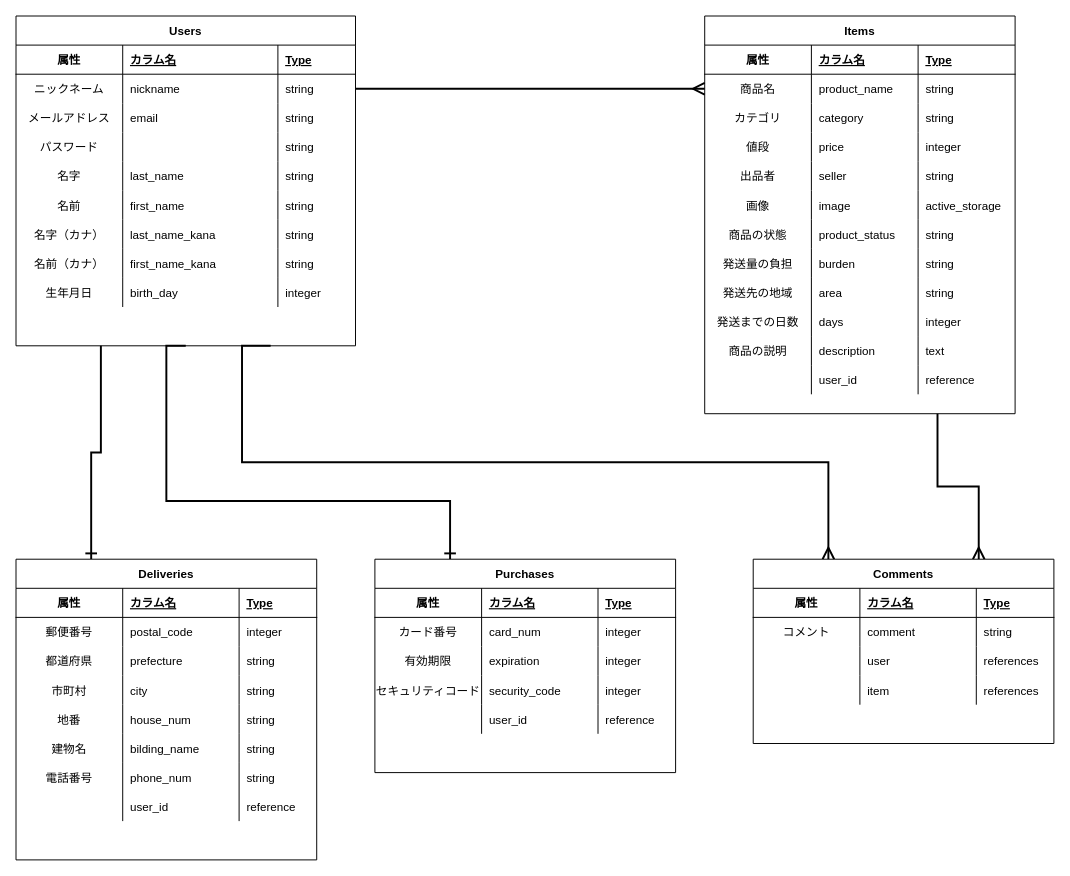
arata-t/furima-33347 keeps this draw.io diagram as furima.dio. Above is the earlier version. Source tidied: cells renumbered, new cells numbered last; positions are measured from the earlier drawing's top-left corner, leaving out a move shared by most shapes. Both pictures are drawn from the tidied source at 97%, with x=0, y=0 at pixel (16, 16).
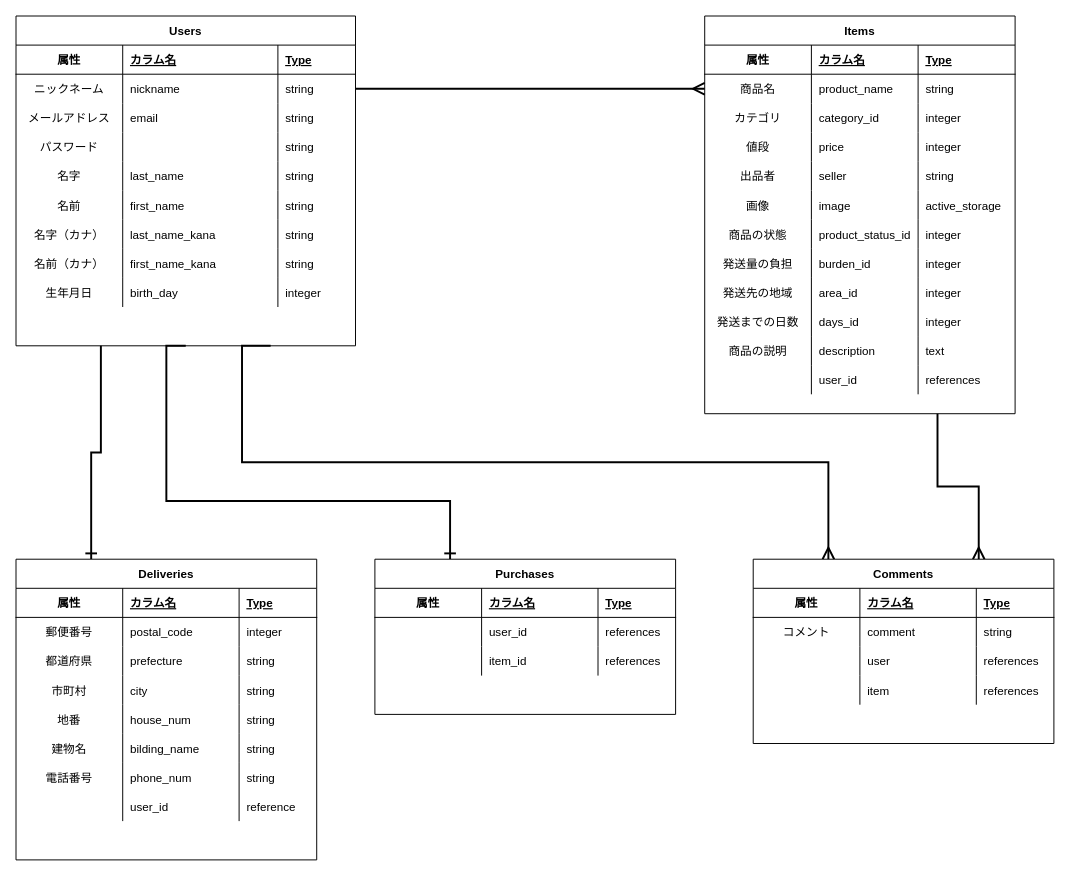
The same diagram, later.

The change refers to these unchanged cells:
```xml
<mxCell id="52" style="shape=partialRectangle;fillColor=none;top=0;left=0;bottom=0;right=0;" parent="43" vertex="1">
  <mxGeometry y="90" width="320" height="30" as="geometry" />
</mxCell>
<mxCell id="68" style="shape=partialRectangle;fillColor=none;top=0;left=0;bottom=0;right=0;" parent="43" vertex="1">
  <mxGeometry y="210" width="320" height="30" as="geometry" />
</mxCell>
<mxCell id="72" style="shape=partialRectangle;fillColor=none;top=0;left=0;bottom=0;right=0;" parent="43" vertex="1">
  <mxGeometry y="240" width="320" height="30" as="geometry" />
</mxCell>
<mxCell id="76" style="shape=partialRectangle;fillColor=none;top=0;left=0;bottom=0;right=0;" parent="43" vertex="1">
  <mxGeometry y="270" width="320" height="30" as="geometry" />
</mxCell>
<mxCell id="80" style="shape=partialRectangle;fillColor=none;top=0;left=0;bottom=0;right=0;" parent="43" vertex="1">
  <mxGeometry y="300" width="320" height="30" as="geometry" />
</mxCell>
<mxCell id="88" style="shape=partialRectangle;fillColor=none;top=0;left=0;bottom=0;right=0;" parent="43" vertex="1">
  <mxGeometry y="360" width="320" height="30" as="geometry" />
</mxCell>
```

The edit, as a diff of the source:
```diff
@@
-    <mxCell id="54" value="category" style="shape=partialRectangle;fillColor=none;top=0;left=0;bottom=0;right=0;align=left;spacingLeft=6;overflow=hidden;" parent="52" vertex="1">
+    <mxCell id="54" value="category_id" style="shape=partialRectangle;fillColor=none;top=0;left=0;bottom=0;right=0;align=left;spacingLeft=6;overflow=hidden;" parent="52" vertex="1">
       <mxGeometry x="110" width="110" height="30" as="geometry" />
     </mxCell>
-    <mxCell id="55" value="string" style="shape=partialRectangle;fillColor=none;top=0;left=0;bottom=0;right=0;align=left;spacingLeft=6;overflow=hidden;" parent="52" vertex="1">
+    <mxCell id="55" value="integer" style="shape=partialRectangle;fillColor=none;top=0;left=0;bottom=0;right=0;align=left;spacingLeft=6;overflow=hidden;" parent="52" vertex="1">
       <mxGeometry x="220" width="100" height="30" as="geometry" />
     </mxCell>
@@
-    <mxCell id="70" value="product_status" style="shape=partialRectangle;fillColor=none;top=0;left=0;bottom=0;right=0;align=left;spacingLeft=6;overflow=hidden;" parent="68" vertex="1">
+    <mxCell id="70" value="product_status_id" style="shape=partialRectangle;fillColor=none;top=0;left=0;bottom=0;right=0;align=left;spacingLeft=6;overflow=hidden;" parent="68" vertex="1">
       <mxGeometry x="110" width="110" height="30" as="geometry" />
     </mxCell>
-    <mxCell id="71" value="string" style="shape=partialRectangle;fillColor=none;top=0;left=0;bottom=0;right=0;align=left;spacingLeft=6;overflow=hidden;" parent="68" vertex="1">
+    <mxCell id="71" value="integer" style="shape=partialRectangle;fillColor=none;top=0;left=0;bottom=0;right=0;align=left;spacingLeft=6;overflow=hidden;" parent="68" vertex="1">
       <mxGeometry x="220" width="100" height="30" as="geometry" />
     </mxCell>
@@
-    <mxCell id="74" value="burden" style="shape=partialRectangle;fillColor=none;top=0;left=0;bottom=0;right=0;align=left;spacingLeft=6;overflow=hidden;" parent="72" vertex="1">
+    <mxCell id="74" value="burden_id" style="shape=partialRectangle;fillColor=none;top=0;left=0;bottom=0;right=0;align=left;spacingLeft=6;overflow=hidden;" parent="72" vertex="1">
       <mxGeometry x="110" width="110" height="30" as="geometry" />
     </mxCell>
-    <mxCell id="75" value="string" style="shape=partialRectangle;fillColor=none;top=0;left=0;bottom=0;right=0;align=left;spacingLeft=6;overflow=hidden;" parent="72" vertex="1">
+    <mxCell id="75" value="integer" style="shape=partialRectangle;fillColor=none;top=0;left=0;bottom=0;right=0;align=left;spacingLeft=6;overflow=hidden;" parent="72" vertex="1">
       <mxGeometry x="220" width="100" height="30" as="geometry" />
     </mxCell>
@@
-    <mxCell id="78" value="area" style="shape=partialRectangle;fillColor=none;top=0;left=0;bottom=0;right=0;align=left;spacingLeft=6;overflow=hidden;" parent="76" vertex="1">
+    <mxCell id="78" value="area_id" style="shape=partialRectangle;fillColor=none;top=0;left=0;bottom=0;right=0;align=left;spacingLeft=6;overflow=hidden;" parent="76" vertex="1">
       <mxGeometry x="110" width="110" height="30" as="geometry" />
     </mxCell>
-    <mxCell id="79" value="string" style="shape=partialRectangle;fillColor=none;top=0;left=0;bottom=0;right=0;align=left;spacingLeft=6;overflow=hidden;" parent="76" vertex="1">
+    <mxCell id="79" value="integer" style="shape=partialRectangle;fillColor=none;top=0;left=0;bottom=0;right=0;align=left;spacingLeft=6;overflow=hidden;" parent="76" vertex="1">
       <mxGeometry x="220" width="100" height="30" as="geometry" />
     </mxCell>
@@
-    <mxCell id="82" value="days" style="shape=partialRectangle;fillColor=none;top=0;left=0;bottom=0;right=0;align=left;spacingLeft=6;overflow=hidden;" parent="80" vertex="1">
+    <mxCell id="82" value="days_id" style="shape=partialRectangle;fillColor=none;top=0;left=0;bottom=0;right=0;align=left;spacingLeft=6;overflow=hidden;" parent="80" vertex="1">
       <mxGeometry x="110" width="110" height="30" as="geometry" />
     </mxCell>
@@
-    <mxCell id="91" value="reference" style="shape=partialRectangle;fillColor=none;top=0;left=0;bottom=0;right=0;align=left;spacingLeft=6;overflow=hidden;" parent="88" vertex="1">
+    <mxCell id="91" value="references" style="shape=partialRectangle;fillColor=none;top=0;left=0;bottom=0;right=0;align=left;spacingLeft=6;overflow=hidden;" parent="88" vertex="1">
       <mxGeometry x="220" width="100" height="30" as="geometry" />
     </mxCell>
@@
     <mxCell id="125" value="Purchases" style="shape=table;startSize=30;childLayout=tableLayout;rowLines=0;fontStyle=1;align=center;" parent="1" vertex="1">
-      <mxGeometry x="370" y="560" width="310" height="220" as="geometry" />
+      <mxGeometry x="370" y="560" width="310" height="160" as="geometry" />
     </mxCell>
@@
-    <mxCell id="130" style="shape=partialRectangle;fillColor=none;top=0;left=0;bottom=0;right=0;" parent="125" vertex="1">
-      <mxGeometry y="60" width="310" height="30" as="geometry" />
-    </mxCell>
-    <mxCell id="131" value="カード番号" style="shape=partialRectangle;fillColor=none;top=0;left=0;bottom=0;right=0;overflow=hidden;" parent="130" vertex="1">
-      <mxGeometry width="110" height="30" as="geometry" />
-    </mxCell>
-    <mxCell id="132" value="card_num" style="shape=partialRectangle;fillColor=none;top=0;left=0;bottom=0;right=0;align=left;spacingLeft=6;overflow=hidden;" parent="130" vertex="1">
-      <mxGeometry x="110" width="120" height="30" as="geometry" />
-    </mxCell>
-    <mxCell id="133" value="integer" style="shape=partialRectangle;fillColor=none;top=0;left=0;bottom=0;right=0;align=left;spacingLeft=6;overflow=hidden;" parent="130" vertex="1">
-      <mxGeometry x="230" width="80" height="30" as="geometry" />
-    </mxCell>
-    <mxCell id="134" style="shape=partialRectangle;fillColor=none;top=0;left=0;bottom=0;right=0;" parent="125" vertex="1">
-      <mxGeometry y="90" width="310" height="30" as="geometry" />
-    </mxCell>
-    <mxCell id="135" value="有効期限" style="shape=partialRectangle;fillColor=none;top=0;left=0;bottom=0;right=0;overflow=hidden;" parent="134" vertex="1">
-      <mxGeometry width="110" height="30" as="geometry" />
-    </mxCell>
-    <mxCell id="136" value="expiration" style="shape=partialRectangle;fillColor=none;top=0;left=0;bottom=0;right=0;align=left;spacingLeft=6;overflow=hidden;" parent="134" vertex="1">
-      <mxGeometry x="110" width="120" height="30" as="geometry" />
-    </mxCell>
-    <mxCell id="137" value="integer" style="shape=partialRectangle;fillColor=none;top=0;left=0;bottom=0;right=0;align=left;spacingLeft=6;overflow=hidden;" parent="134" vertex="1">
-      <mxGeometry x="230" width="80" height="30" as="geometry" />
-    </mxCell>
-    <mxCell id="138" style="shape=partialRectangle;fillColor=none;top=0;left=0;bottom=0;right=0;" parent="125" vertex="1">
-      <mxGeometry y="120" width="310" height="30" as="geometry" />
-    </mxCell>
-    <mxCell id="139" value="セキュリティコード" style="shape=partialRectangle;fillColor=none;top=0;left=0;bottom=0;right=0;overflow=hidden;align=center;verticalAlign=middle;" parent="138" vertex="1">
-      <mxGeometry width="110" height="30" as="geometry" />
-    </mxCell>
-    <mxCell id="140" value="security_code" style="shape=partialRectangle;fillColor=none;top=0;left=0;bottom=0;right=0;align=left;spacingLeft=6;overflow=hidden;" parent="138" vertex="1">
-      <mxGeometry x="110" width="120" height="30" as="geometry" />
-    </mxCell>
-    <mxCell id="141" value="integer" style="shape=partialRectangle;fillColor=none;top=0;left=0;bottom=0;right=0;align=left;spacingLeft=6;overflow=hidden;" parent="138" vertex="1">
-      <mxGeometry x="230" width="80" height="30" as="geometry" />
-    </mxCell>
     <mxCell id="142" style="shape=partialRectangle;fillColor=none;top=0;left=0;bottom=0;right=0;" parent="125" vertex="1">
-      <mxGeometry y="150" width="310" height="30" as="geometry" />
+      <mxGeometry y="60" width="310" height="30" as="geometry" />
     </mxCell>
@@
-    <mxCell id="145" value="reference" style="shape=partialRectangle;fillColor=none;top=0;left=0;bottom=0;right=0;align=left;spacingLeft=6;overflow=hidden;" parent="142" vertex="1">
+    <mxCell id="145" value="references" style="shape=partialRectangle;fillColor=none;top=0;left=0;bottom=0;right=0;align=left;spacingLeft=6;overflow=hidden;" parent="142" vertex="1">
       <mxGeometry x="230" width="80" height="30" as="geometry" />
     </mxCell>
+    <mxCell id="134" style="shape=partialRectangle;fillColor=none;top=0;left=0;bottom=0;right=0;" parent="125" vertex="1">
+      <mxGeometry y="90" width="310" height="30" as="geometry" />
+    </mxCell>
+    <mxCell id="164" style="shape=partialRectangle;fillColor=none;top=0;left=0;bottom=0;right=0;overflow=hidden;align=center;verticalAlign=middle;" parent="134" vertex="1">
+      <mxGeometry width="110" height="30" as="geometry" />
+    </mxCell>
+    <mxCell id="165" value="item_id" style="shape=partialRectangle;fillColor=none;top=0;left=0;bottom=0;right=0;align=left;spacingLeft=6;overflow=hidden;" parent="134" vertex="1">
+      <mxGeometry x="110" width="120" height="30" as="geometry" />
+    </mxCell>
+    <mxCell id="166" value="references" style="shape=partialRectangle;fillColor=none;top=0;left=0;bottom=0;right=0;align=left;spacingLeft=6;overflow=hidden;" parent="134" vertex="1">
+      <mxGeometry x="230" width="80" height="30" as="geometry" />
+    </mxCell>
```
